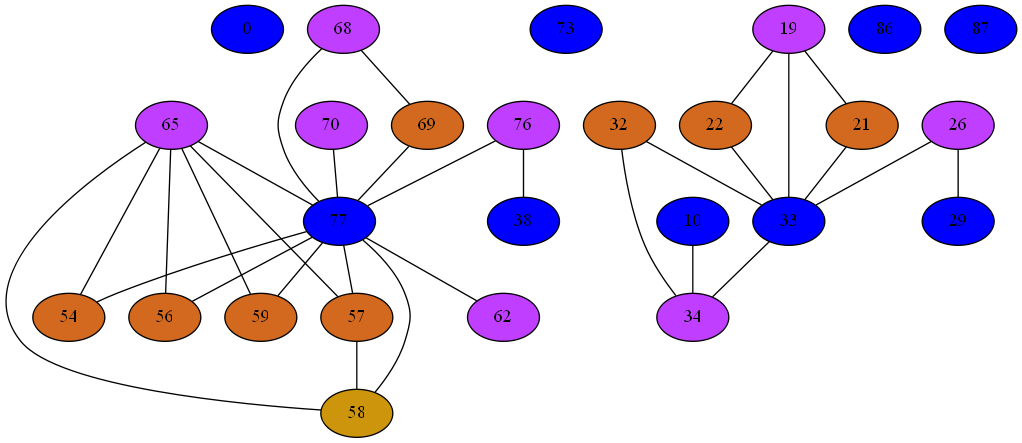
Above: Compiler/2iGraph.png in mbajaj92/Project-Astoria (Graphviz), before the change. Its source is kept beside it as Compiler/2iGraph.dot.
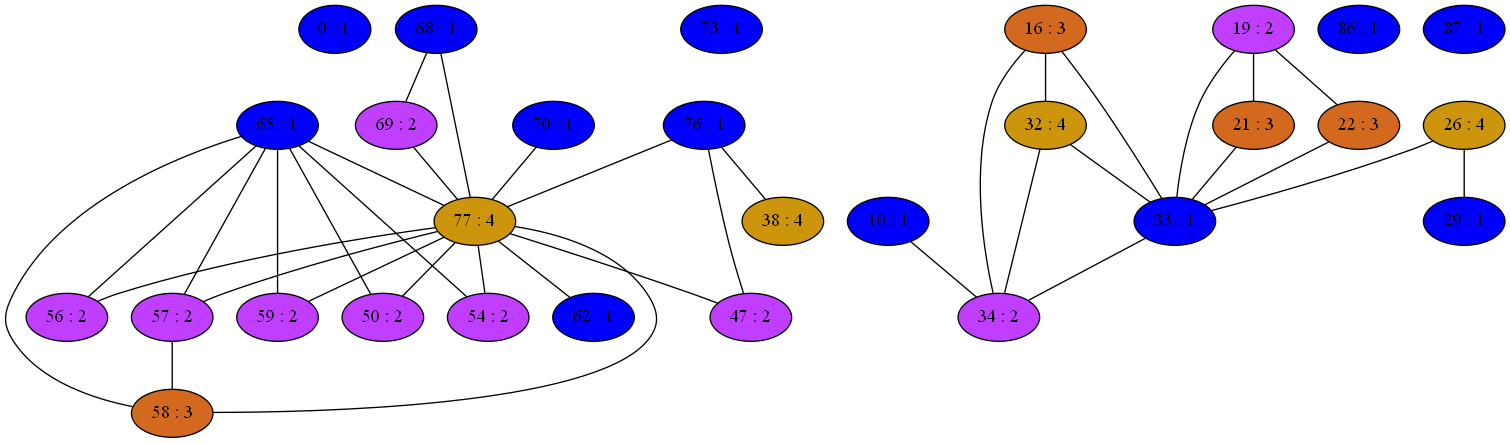
The same diagram one commit later.

What changed in the source:
```diff
@@ -1,88 +1,105 @@
 strict graph {
-0[label="0" style=filled fillcolor="blue1"];
-65[label="65" style=filled fillcolor="darkorchid1"];
+0[label="0 : 1" style=filled fillcolor="blue1"];
+65[label="65 : 1" style=filled fillcolor="blue1"];
+65 -- 50
 65 -- 54
 65 -- 56
 65 -- 57
 65 -- 58
 65 -- 59
 65 -- 77
-68[label="68" style=filled fillcolor="darkorchid1"];
+68[label="68 : 1" style=filled fillcolor="blue1"];
 68 -- 69
 68 -- 77
-69[label="69" style=filled fillcolor="chocolate"];
+69[label="69 : 2" style=filled fillcolor="darkorchid1"];
 69 -- 68
 69 -- 77
-70[label="70" style=filled fillcolor="darkorchid1"];
+70[label="70 : 1" style=filled fillcolor="blue1"];
 70 -- 77
-73[label="73" style=filled fillcolor="blue1"];
-10[label="10" style=filled fillcolor="blue1"];
+73[label="73 : 1" style=filled fillcolor="blue1"];
+10[label="10 : 1" style=filled fillcolor="blue1"];
 10 -- 34
-76[label="76" style=filled fillcolor="darkorchid1"];
+76[label="76 : 1" style=filled fillcolor="blue1"];
 76 -- 38
 76 -- 77
-77[label="77" style=filled fillcolor="blue1"];
+76 -- 47
+77[label="77 : 4" style=filled fillcolor="darkgoldenrod3"];
 77 -- 65
 77 -- 68
 77 -- 69
 77 -- 70
+77 -- 76
+77 -- 47
+77 -- 50
 77 -- 54
 77 -- 56
 77 -- 57
 77 -- 58
 77 -- 59
-77 -- 76
 77 -- 62
-19[label="19" style=filled fillcolor="darkorchid1"];
+16[label="16 : 3" style=filled fillcolor="chocolate"];
+16 -- 32
+16 -- 33
+16 -- 34
+19[label="19 : 2" style=filled fillcolor="darkorchid1"];
 19 -- 33
 19 -- 21
 19 -- 22
-21[label="21" style=filled fillcolor="chocolate"];
+21[label="21 : 3" style=filled fillcolor="chocolate"];
 21 -- 33
 21 -- 19
-22[label="22" style=filled fillcolor="chocolate"];
+22[label="22 : 3" style=filled fillcolor="chocolate"];
 22 -- 33
 22 -- 19
-86[label="86" style=filled fillcolor="blue1"];
-87[label="87" style=filled fillcolor="blue1"];
-26[label="26" style=filled fillcolor="darkorchid1"];
+86[label="86 : 1" style=filled fillcolor="blue1"];
+87[label="87 : 1" style=filled fillcolor="blue1"];
+26[label="26 : 4" style=filled fillcolor="darkgoldenrod3"];
 26 -- 33
 26 -- 29
-29[label="29" style=filled fillcolor="blue1"];
+29[label="29 : 1" style=filled fillcolor="blue1"];
 29 -- 26
-32[label="32" style=filled fillcolor="chocolate"];
+32[label="32 : 4" style=filled fillcolor="darkgoldenrod3"];
+32 -- 16
 32 -- 33
 32 -- 34
-33[label="33" style=filled fillcolor="blue1"];
+33[label="33 : 1" style=filled fillcolor="blue1"];
 33 -- 32
+33 -- 16
 33 -- 34
 33 -- 19
 33 -- 21
 33 -- 22
 33 -- 26
-34[label="34" style=filled fillcolor="darkorchid1"];
+34[label="34 : 2" style=filled fillcolor="darkorchid1"];
+34 -- 16
 34 -- 32
 34 -- 33
 34 -- 10
-38[label="38" style=filled fillcolor="blue1"];
+38[label="38 : 4" style=filled fillcolor="darkgoldenrod3"];
 38 -- 76
-54[label="54" style=filled fillcolor="chocolate"];
+47[label="47 : 2" style=filled fillcolor="darkorchid1"];
+47 -- 76
+47 -- 77
+50[label="50 : 2" style=filled fillcolor="darkorchid1"];
+50 -- 65
+50 -- 77
+54[label="54 : 2" style=filled fillcolor="darkorchid1"];
 54 -- 65
 54 -- 77
-56[label="56" style=filled fillcolor="chocolate"];
+56[label="56 : 2" style=filled fillcolor="darkorchid1"];
 56 -- 65
 56 -- 77
-57[label="57" style=filled fillcolor="chocolate"];
+57[label="57 : 2" style=filled fillcolor="darkorchid1"];
 57 -- 65
 57 -- 58
 57 -- 77
-58[label="58" style=filled fillcolor="darkgoldenrod3"];
+58[label="58 : 3" style=filled fillcolor="chocolate"];
 58 -- 65
 58 -- 57
 58 -- 77
-59[label="59" style=filled fillcolor="chocolate"];
+59[label="59 : 2" style=filled fillcolor="darkorchid1"];
 59 -- 65
 59 -- 77
-62[label="62" style=filled fillcolor="darkorchid1"];
+62[label="62 : 1" style=filled fillcolor="blue1"];
 62 -- 77
 }
```
